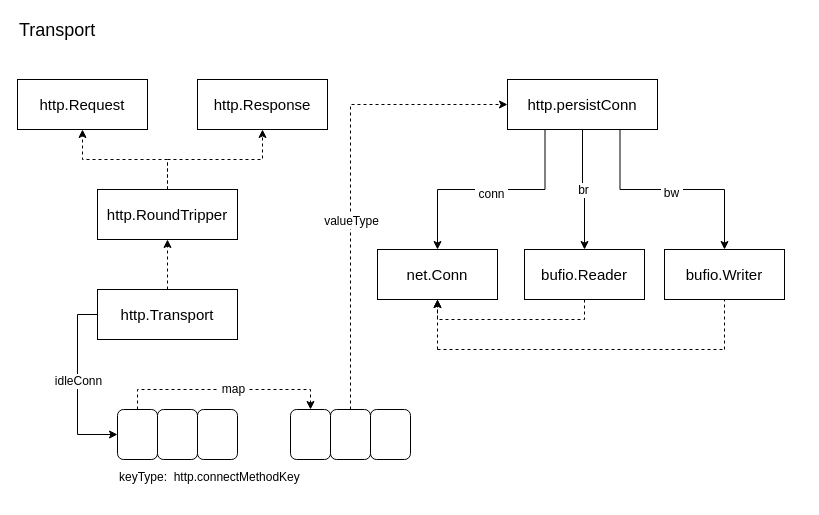
The draw.io diagram page "Transport" (2 of 5) of go-net.drawio in oiar/assets, before the edit. Source tidied: cells renumbered, new cells numbered last; positions are measured from the earlier drawing's top-left corner, leaving out a move shared by most shapes. Both pictures are drawn from the tidied source at 100%, with x=0, y=0 at pixel (17, 17).
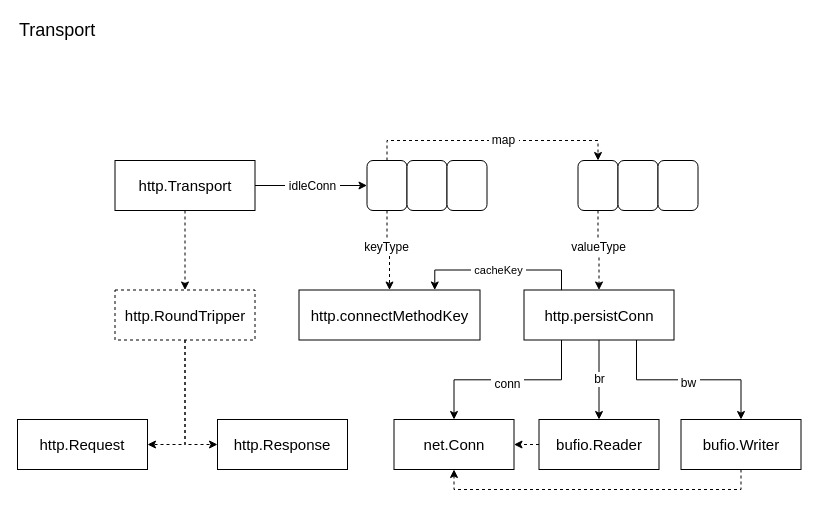
The same page after the edit.

What changed in the source:
```diff
@@
-    <mxCell id="2" style="edgeStyle=orthogonalEdgeStyle;rounded=0;jettySize=auto;html=1;dashed=1;" parent="1" edge="1" source="5" target="8">
+    <mxCell id="2" style="edgeStyle=orthogonalEdgeStyle;rounded=0;jettySize=auto;html=1;dashed=1;exitX=0.5;exitY=1;exitDx=0;exitDy=0;" parent="1" edge="1" source="5" target="8">
       <mxGeometry relative="1" as="geometry" />
     </mxCell>
-    <mxCell id="3" style="edgeStyle=orthogonalEdgeStyle;rounded=0;jettySize=auto;html=1;exitX=0;exitY=0.5;exitDx=0;exitDy=0;entryX=0;entryY=0.5;entryDx=0;entryDy=0;" parent="1" edge="1" source="5" target="13">
+    <mxCell id="3" style="edgeStyle=orthogonalEdgeStyle;rounded=0;jettySize=auto;html=1;exitX=1;exitY=0.5;exitDx=0;exitDy=0;entryX=0;entryY=0.5;entryDx=0;entryDy=0;" parent="1" edge="1" source="5" target="13">
       <mxGeometry relative="1" as="geometry" />
     </mxCell>
-    <mxCell id="4" value="idleConn" style="text;html=1;align=center;verticalAlign=middle;labelBackgroundColor=#ffffff;" parent="3" vertex="1">
+    <mxCell id="4" value="&amp;nbsp;idleConn&amp;nbsp;" style="text;html=1;align=center;verticalAlign=middle;labelBackgroundColor=#ffffff;" parent="3" vertex="1">
       <mxGeometry x="0.03" y="-2" relative="1" as="geometry">
-        <mxPoint x="2" y="-7" as="offset" />
+        <mxPoint x="-1" y="-2" as="offset" />
       </mxGeometry>
     </mxCell>
     <mxCell id="5" value="&lt;font style=&quot;font-size: 15px&quot;&gt;http.Transport&lt;/font&gt;" style="rounded=0;whiteSpace=wrap;html=1;" parent="1" vertex="1">
-      <mxGeometry x="80" y="272" width="140" height="50" as="geometry" />
+      <mxGeometry x="97.5" y="143" width="140" height="50" as="geometry" />
     </mxCell>
-    <mxCell id="6" style="edgeStyle=orthogonalEdgeStyle;rounded=0;jettySize=auto;html=1;exitX=0.5;exitY=0;exitDx=0;exitDy=0;entryX=0.5;entryY=1;entryDx=0;entryDy=0;dashed=1;" parent="1" edge="1" source="8" target="10">
+    <mxCell id="6" style="edgeStyle=orthogonalEdgeStyle;rounded=0;jettySize=auto;html=1;exitX=0.5;exitY=1;exitDx=0;exitDy=0;entryX=1;entryY=0.5;entryDx=0;entryDy=0;dashed=1;" parent="1" edge="1" source="8" target="10">
       <mxGeometry relative="1" as="geometry" />
     </mxCell>
-    <mxCell id="7" style="edgeStyle=orthogonalEdgeStyle;rounded=0;jettySize=auto;html=1;exitX=0.5;exitY=0;exitDx=0;exitDy=0;entryX=0.5;entryY=1;entryDx=0;entryDy=0;dashed=1;" parent="1" edge="1" source="8" target="9">
+    <mxCell id="7" style="edgeStyle=orthogonalEdgeStyle;rounded=0;jettySize=auto;html=1;exitX=0.5;exitY=1;exitDx=0;exitDy=0;entryX=0;entryY=0.5;entryDx=0;entryDy=0;dashed=1;" parent="1" edge="1" source="8" target="9">
       <mxGeometry relative="1" as="geometry" />
     </mxCell>
-    <mxCell id="8" value="&lt;font style=&quot;font-size: 15px&quot;&gt;http.RoundTripper&lt;/font&gt;" style="rounded=0;whiteSpace=wrap;html=1;" parent="1" vertex="1">
-      <mxGeometry x="80" y="172" width="140" height="50" as="geometry" />
+    <mxCell id="8" value="&lt;font style=&quot;font-size: 15px&quot;&gt;http.RoundTripper&lt;/font&gt;" style="rounded=0;whiteSpace=wrap;html=1;dashed=1;" parent="1" vertex="1">
+      <mxGeometry x="97.5" y="272.5" width="140" height="50" as="geometry" />
     </mxCell>
     <mxCell id="9" value="&lt;font style=&quot;font-size: 15px&quot;&gt;http.Response&lt;/font&gt;" style="rounded=0;whiteSpace=wrap;html=1;" parent="1" vertex="1">
-      <mxGeometry x="180" y="62" width="130" height="50" as="geometry" />
+      <mxGeometry x="200" y="402" width="130" height="50" as="geometry" />
     </mxCell>
     <mxCell id="10" value="&lt;font style=&quot;font-size: 15px&quot;&gt;http.Request&lt;/font&gt;" style="rounded=0;whiteSpace=wrap;html=1;" parent="1" vertex="1">
-      <mxGeometry y="62" width="130" height="50" as="geometry" />
+      <mxGeometry y="402" width="130" height="50" as="geometry" />
     </mxCell>
@@
+    <mxCell id="37" style="edgeStyle=orthogonalEdgeStyle;rounded=0;jettySize=auto;html=1;exitX=0.5;exitY=1;exitDx=0;exitDy=0;entryX=0.5;entryY=0;entryDx=0;entryDy=0;dashed=1;" parent="1" edge="1" source="13" target="42">
+      <mxGeometry relative="1" as="geometry" />
+    </mxCell>
+    <mxCell id="38" value="keyType" style="text;html=1;align=center;verticalAlign=middle;labelBackgroundColor=#ffffff;" parent="37" vertex="1">
+      <mxGeometry x="-0.13" y="-1" relative="1" as="geometry" />
+    </mxCell>
     <mxCell id="13" style="rounded=1;whiteSpace=wrap;html=1;" parent="1" vertex="1">
-      <mxGeometry x="100" y="392" width="40" height="50" as="geometry" />
+      <mxGeometry x="349.5" y="143" width="40" height="50" as="geometry" />
     </mxCell>
     <mxCell id="14" style="rounded=1;whiteSpace=wrap;html=1;" parent="1" vertex="1">
-      <mxGeometry x="140" y="392" width="40" height="50" as="geometry" />
+      <mxGeometry x="389.5" y="143" width="40" height="50" as="geometry" />
     </mxCell>
     <mxCell id="15" style="rounded=1;whiteSpace=wrap;html=1;" parent="1" vertex="1">
-      <mxGeometry x="180" y="392" width="40" height="50" as="geometry" />
+      <mxGeometry x="429.5" y="143" width="40" height="50" as="geometry" />
     </mxCell>
-    <mxCell id="16" value="keyType:&amp;nbsp; http.connectMethodKey" style="text;html=1;align=left;verticalAlign=top;spacingTop=-4;" parent="1" vertex="1">
-      <mxGeometry x="100" y="450" width="200" height="20" as="geometry" />
-    </mxCell>
     <mxCell id="17" style="rounded=1;whiteSpace=wrap;html=1;" parent="1" vertex="1">
-      <mxGeometry x="273" y="392" width="40" height="50" as="geometry" />
+      <mxGeometry x="560.5" y="143" width="40" height="50" as="geometry" />
     </mxCell>
-    <mxCell id="18" style="edgeStyle=orthogonalEdgeStyle;rounded=0;jettySize=auto;html=1;exitX=0.5;exitY=0;exitDx=0;exitDy=0;dashed=1;entryX=0;entryY=0.5;entryDx=0;entryDy=0;" parent="1" edge="1" source="20" target="28">
-      <mxGeometry relative="1" as="geometry" />
-    </mxCell>
+    <mxCell id="39" style="edgeStyle=orthogonalEdgeStyle;rounded=0;jettySize=auto;html=1;exitX=0.5;exitY=1;exitDx=0;exitDy=0;entryX=0.5;entryY=0;entryDx=0;entryDy=0;dashed=1;" parent="1" edge="1" source="17" target="28">
+      <mxGeometry relative="1" as="geometry" />
+    </mxCell>
-    <mxCell id="19" value="valueType" style="text;html=1;align=center;verticalAlign=middle;labelBackgroundColor=#ffffff;" parent="18" vertex="1">
-      <mxGeometry x="-0.18" relative="1" as="geometry" />
+    <mxCell id="19" value="valueType" style="text;html=1;align=center;verticalAlign=middle;labelBackgroundColor=#ffffff;" parent="39" vertex="1">
+      <mxGeometry x="-0.1" relative="1" as="geometry" />
     </mxCell>
     <mxCell id="20" style="rounded=1;whiteSpace=wrap;html=1;" parent="1" vertex="1">
-      <mxGeometry x="313" y="392" width="40" height="50" as="geometry" />
+      <mxGeometry x="600.5" y="143" width="40" height="50" as="geometry" />
     </mxCell>
     <mxCell id="21" style="rounded=1;whiteSpace=wrap;html=1;" parent="1" vertex="1">
-      <mxGeometry x="353" y="392" width="40" height="50" as="geometry" />
+      <mxGeometry x="640.5" y="143" width="40" height="50" as="geometry" />
     </mxCell>
@@
+    <mxCell id="40" value="&amp;nbsp;cacheKey&amp;nbsp;" style="edgeStyle=orthogonalEdgeStyle;rounded=0;jettySize=auto;html=1;exitX=0.25;exitY=0;exitDx=0;exitDy=0;entryX=0.75;entryY=0;entryDx=0;entryDy=0;" parent="1" edge="1" source="28" target="42">
+      <mxGeometry relative="1" as="geometry" />
+    </mxCell>
     <mxCell id="28" value="&lt;font style=&quot;font-size: 15px&quot;&gt;http.persistConn&lt;/font&gt;" style="rounded=0;whiteSpace=wrap;html=1;" parent="1" vertex="1">
-      <mxGeometry x="490" y="62" width="150" height="50" as="geometry" />
+      <mxGeometry x="506.5" y="272.5" width="150" height="50" as="geometry" />
     </mxCell>
+    <mxCell id="41" style="edgeStyle=orthogonalEdgeStyle;rounded=0;jettySize=auto;html=1;exitX=0.5;exitY=1;exitDx=0;exitDy=0;entryX=0.5;entryY=1;entryDx=0;entryDy=0;dashed=1;" parent="1" edge="1" source="29" target="32">
+      <mxGeometry relative="1" as="geometry" />
+    </mxCell>
     <mxCell id="29" value="&lt;font style=&quot;font-size: 15px&quot;&gt;bufio.Writer&lt;/font&gt;" style="rounded=0;whiteSpace=wrap;html=1;" parent="1" vertex="1">
-      <mxGeometry x="647" y="232" width="120" height="50" as="geometry" />
+      <mxGeometry x="663.5" y="402" width="120" height="50" as="geometry" />
     </mxCell>
-    <mxCell id="30" style="edgeStyle=orthogonalEdgeStyle;rounded=0;jettySize=auto;html=1;exitX=0.5;exitY=1;exitDx=0;exitDy=0;entryX=0.5;entryY=1;entryDx=0;entryDy=0;dashed=1;" parent="1" edge="1" source="31" target="32">
+    <mxCell id="30" style="edgeStyle=orthogonalEdgeStyle;rounded=0;jettySize=auto;html=1;exitX=0;exitY=0.5;exitDx=0;exitDy=0;entryX=1;entryY=0.5;entryDx=0;entryDy=0;dashed=1;" parent="1" edge="1" source="31" target="32">
       <mxGeometry relative="1" as="geometry" />
     </mxCell>
     <mxCell id="31" value="&lt;font style=&quot;font-size: 15px&quot;&gt;bufio.Reader&lt;/font&gt;" style="rounded=0;whiteSpace=wrap;html=1;" parent="1" vertex="1">
-      <mxGeometry x="507" y="232" width="120" height="50" as="geometry" />
+      <mxGeometry x="521.5" y="402" width="120" height="50" as="geometry" />
     </mxCell>
     <mxCell id="32" value="&lt;font style=&quot;font-size: 15px&quot;&gt;net.Conn&lt;/font&gt;" style="rounded=0;whiteSpace=wrap;html=1;" parent="1" vertex="1">
-      <mxGeometry x="360" y="232" width="120" height="50" as="geometry" />
+      <mxGeometry x="376.5" y="402" width="120" height="50" as="geometry" />
     </mxCell>
-    <mxCell id="33" style="endArrow=none;dashed=1;html=1;entryX=0.5;entryY=1;entryDx=0;entryDy=0;" parent="1" edge="1" target="29">
-      <mxGeometry relative="1" as="geometry">
-        <mxPoint x="707" y="332" as="sourcePoint" />
-      </mxGeometry>
-    </mxCell>
-    <mxCell id="34" style="endArrow=none;dashed=1;html=1;" parent="1" edge="1">
-      <mxGeometry relative="1" as="geometry">
-        <mxPoint x="420" y="332" as="sourcePoint" />
-        <mxPoint x="707" y="332" as="targetPoint" />
-      </mxGeometry>
-    </mxCell>
-    <mxCell id="35" style="endArrow=classic;html=1;dashed=1;entryX=0.5;entryY=1;entryDx=0;entryDy=0;" parent="1" edge="1" target="32">
-      <mxGeometry relative="1" as="geometry">
-        <mxPoint x="420" y="332" as="sourcePoint" />
-      </mxGeometry>
-    </mxCell>
@@
+    <mxCell id="42" value="&lt;font style=&quot;font-size: 15px&quot;&gt;http.connectMethodKey&lt;/font&gt;" style="rounded=0;whiteSpace=wrap;html=1;" parent="1" vertex="1">
+      <mxGeometry x="281.5" y="272.5" width="181" height="50" as="geometry" />
+    </mxCell>
```
